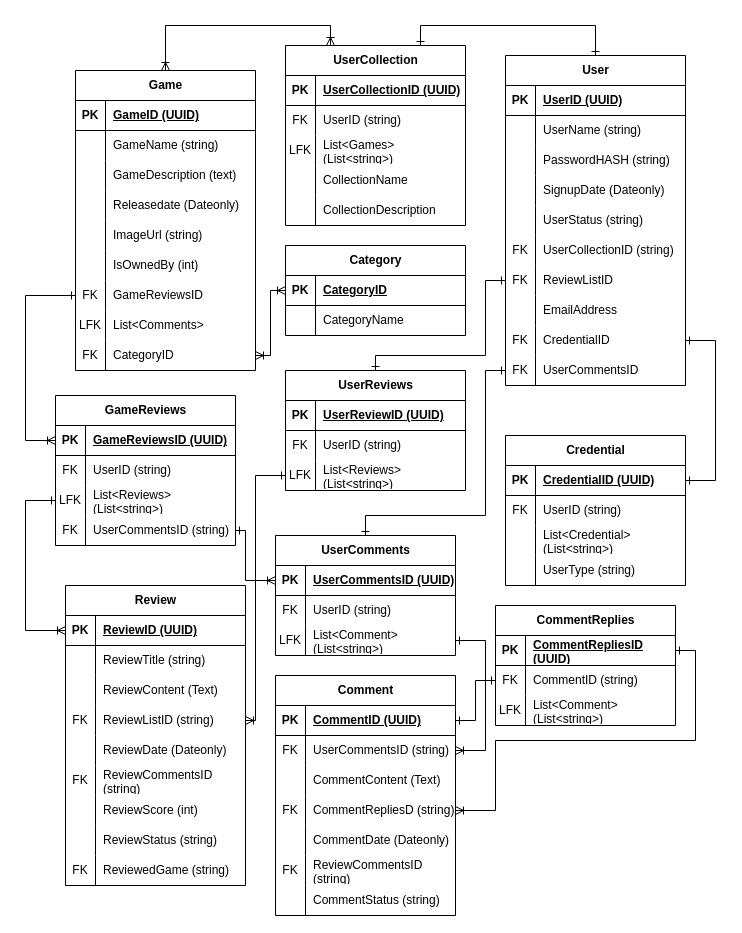
Earlier version of the draw.io diagram games-demo-project/GameDB expanded.drawio (kivikangur-tthk/M-TARpe24-Hajusrakendused). Source tidied: cells renumbered, new cells numbered last; positions are measured from the earlier drawing's top-left corner, leaving out a move shared by most shapes. Both pictures are drawn from the tidied source at 100%, with x=0, y=0 at pixel (25, 25).
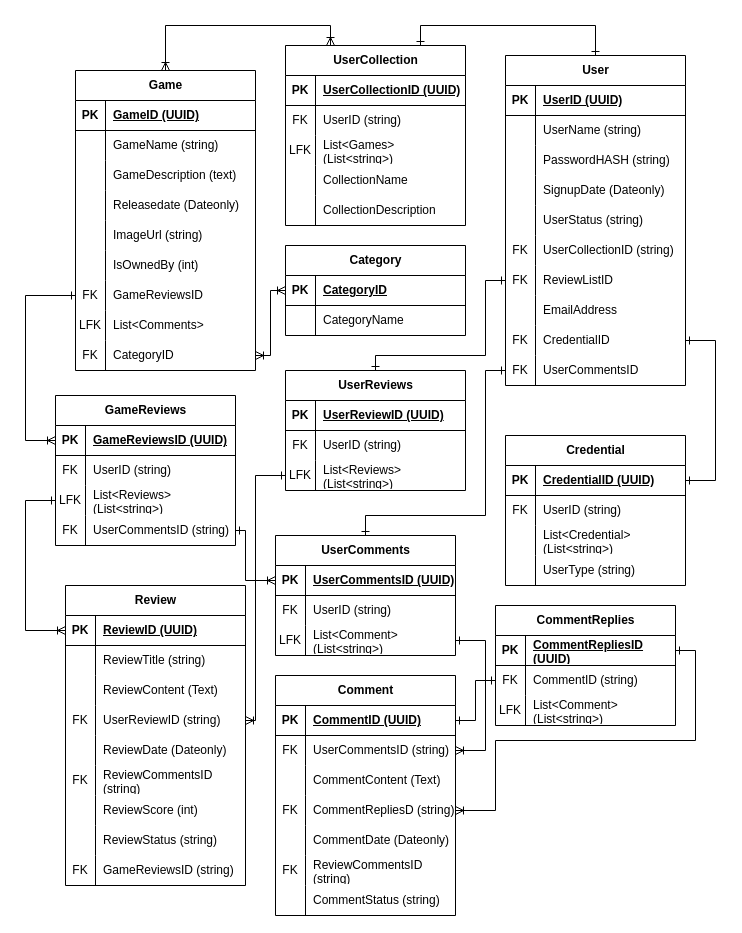
The same page after the edit.

The change refers to these unchanged cells:
```xml
<mxCell id="89" style="shape=tableRow;horizontal=0;startSize=0;swimlaneHead=0;swimlaneBody=0;fillColor=none;points=[[0,0.5],[1,0.5]];portConstraint=eastwest;top=0;left=0;right=0;bottom=0;" parent="79" vertex="1">
  <mxGeometry y="120" width="180" height="30" as="geometry" />
</mxCell>
<mxCell id="104" style="shape=tableRow;horizontal=0;startSize=0;swimlaneHead=0;swimlaneBody=0;fillColor=none;top=0;left=0;right=0;bottom=0;" parent="79" vertex="1">
  <mxGeometry y="270" width="180" height="30" as="geometry" />
</mxCell>
```

Change to the diagram source:
```diff
@@
-    <mxCell id="91" value="ReviewListID (string&lt;span style=&quot;background-color: transparent; color: light-dark(rgb(0, 0, 0), rgb(255, 255, 255));&quot;&gt;)&lt;/span&gt;" style="shape=partialRectangle;fillColor=none;top=0;left=0;bottom=0;right=0;align=left;spacingLeft=6;overflow=hidden;whiteSpace=wrap;html=1;" parent="89" vertex="1">
+    <mxCell id="91" value="UserReview&lt;span style=&quot;background-color: transparent; color: light-dark(rgb(0, 0, 0), rgb(255, 255, 255));&quot;&gt;ID (string&lt;/span&gt;&lt;span style=&quot;background-color: transparent; color: light-dark(rgb(0, 0, 0), rgb(255, 255, 255));&quot;&gt;)&lt;/span&gt;" style="shape=partialRectangle;fillColor=none;top=0;left=0;bottom=0;right=0;align=left;spacingLeft=6;overflow=hidden;whiteSpace=wrap;html=1;" parent="89" vertex="1">
       <mxGeometry x="30" width="150" height="30" as="geometry" />
     </mxCell>
@@
-    <mxCell id="106" value="ReviewedGame (string)" style="shape=partialRectangle;fillColor=none;top=0;left=0;bottom=0;right=0;align=left;spacingLeft=6;overflow=hidden;whiteSpace=wrap;html=1;" parent="104" vertex="1">
+    <mxCell id="106" value="GameReviewsID (string)" style="shape=partialRectangle;fillColor=none;top=0;left=0;bottom=0;right=0;align=left;spacingLeft=6;overflow=hidden;whiteSpace=wrap;html=1;" parent="104" vertex="1">
       <mxGeometry x="30" width="150" height="30" as="geometry" />
     </mxCell>
```
